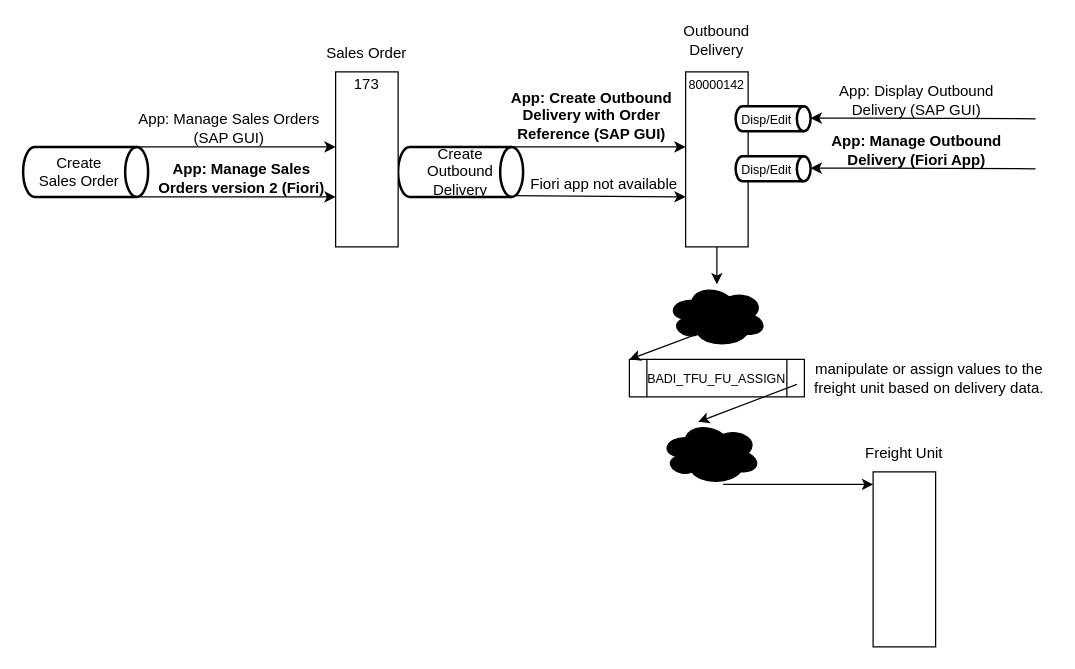
Earlier version of the draw.io diagram Unbenanntes Diagramm.drawio (BoroONE/DrawIO). Source tidied: cells renumbered, new cells numbered last; positions are measured from the earlier drawing's top-left corner, leaving out a move shared by most shapes. Both pictures are drawn from the tidied source at 125%, with x=0, y=0 at pixel (22, 21).
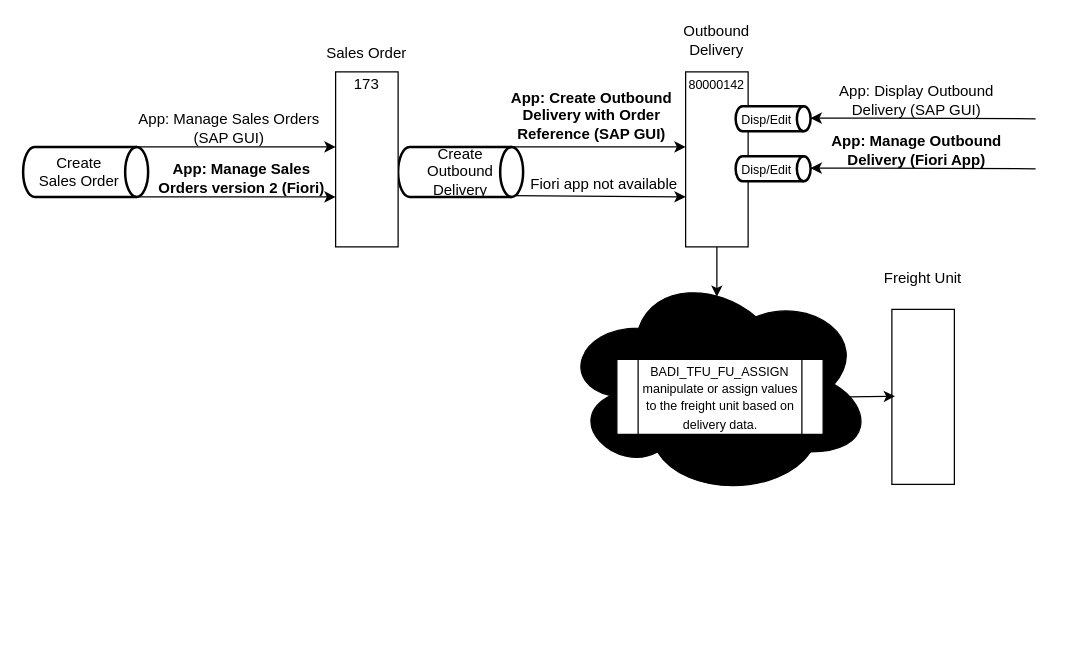
The same diagram, later.

What changed in the source:
```diff
@@
     <mxCell id="28" style="ellipse;shape=cloud;whiteSpace=wrap;html=1;fillColor=#000000;" parent="1" vertex="1">
-      <mxGeometry x="515" y="210" width="80" height="50" as="geometry" />
+      <mxGeometry x="430" y="200" width="250" height="180" as="geometry" />
     </mxCell>
     <mxCell id="29" style="endArrow=classic;html=1;rounded=0;" parent="1" edge="1">
       <mxGeometry relative="1" as="geometry">
         <mxPoint x="555" y="180" as="sourcePoint" />
-        <mxPoint x="555" y="210" as="targetPoint" />
+        <mxPoint x="555" y="220" as="targetPoint" />
         <Array as="points">
           <mxPoint x="555" y="190" />
         </Array>
       </mxGeometry>
     </mxCell>
-    <mxCell id="30" value="&lt;font style=&quot;font-size: 10px;&quot;&gt;BADI_TFU_FU_ASSIGN&lt;/font&gt;" style="shape=process;whiteSpace=wrap;html=1;backgroundOutline=1;" parent="1" vertex="1">
-      <mxGeometry x="485" y="270" width="140" height="30" as="geometry" />
+    <mxCell id="30" style="shape=process;whiteSpace=wrap;html=1;backgroundOutline=1;" parent="1" vertex="1">
+      <mxGeometry x="475" y="270" width="165" height="60" as="geometry" />
     </mxCell>
-    <mxCell id="31" style="endArrow=classic;html=1;rounded=0;entryX=0;entryY=0;entryDx=0;entryDy=0;" parent="1" edge="1" target="30">
-      <mxGeometry relative="1" as="geometry">
-        <mxPoint x="580" y="234.5" as="sourcePoint" />
-      </mxGeometry>
-    </mxCell>
-    <mxCell id="32" style="endArrow=classic;html=1;rounded=0;" parent="1" edge="1">
-      <mxGeometry relative="1" as="geometry">
-        <mxPoint x="619" y="290" as="sourcePoint" />
-        <mxPoint x="540" y="320" as="targetPoint" />
-      </mxGeometry>
-    </mxCell>
-    <mxCell id="33" value="manipulate or assign values to the freight unit based on delivery data." style="text;html=1;align=center;verticalAlign=middle;whiteSpace=wrap;rounded=0;" parent="1" vertex="1">
-      <mxGeometry x="625" y="270" width="200" height="30" as="geometry" />
+    <mxCell id="33" value="&lt;font style=&quot;font-size: 10px;&quot;&gt;manipulate or assign values to the freight unit based on delivery data.&lt;/font&gt;" style="text;html=1;align=center;verticalAlign=middle;whiteSpace=wrap;rounded=0;" parent="1" vertex="1">
+      <mxGeometry x="492.5" y="294" width="130" height="25" as="geometry" />
     </mxCell>
-    <mxCell id="34" style="ellipse;shape=cloud;whiteSpace=wrap;html=1;fillColor=#000000;" parent="1" vertex="1">
-      <mxGeometry x="510" y="320" width="80" height="50" as="geometry" />
-    </mxCell>
-    <mxCell id="35" style="endArrow=classic;html=1;rounded=0;" parent="1" edge="1">
-      <mxGeometry relative="1" as="geometry">
-        <mxPoint x="560" y="370" as="sourcePoint" />
-        <mxPoint x="680" y="370" as="targetPoint" />
-      </mxGeometry>
-    </mxCell>
     <mxCell id="36" style="rounded=0;whiteSpace=wrap;html=1;" parent="1" vertex="1">
-      <mxGeometry x="680" y="360" width="50" height="140" as="geometry" />
+      <mxGeometry x="695" y="230" width="50" height="140" as="geometry" />
     </mxCell>
     <mxCell id="37" value="Freight Unit" style="text;html=1;align=center;verticalAlign=middle;whiteSpace=wrap;rounded=0;" parent="1" vertex="1">
-      <mxGeometry x="665" y="330" width="80" height="30" as="geometry" />
+      <mxGeometry x="680" y="190" width="80" height="30" as="geometry" />
     </mxCell>
+    <mxCell id="38" value="&lt;span style=&quot;font-size: 10px;&quot;&gt;BADI_TFU_FU_ASSIGN&lt;/span&gt;" style="text;html=1;align=center;verticalAlign=middle;whiteSpace=wrap;rounded=0;" parent="1" vertex="1">
+      <mxGeometry x="495" y="270" width="125" height="20" as="geometry" />
+    </mxCell>
+    <mxCell id="39" style="endArrow=classic;html=1;rounded=0;" parent="1" edge="1">
+      <mxGeometry relative="1" as="geometry">
+        <mxPoint x="660" y="300" as="sourcePoint" />
+        <mxPoint x="697.5" y="299.5" as="targetPoint" />
+      </mxGeometry>
+    </mxCell>
```
